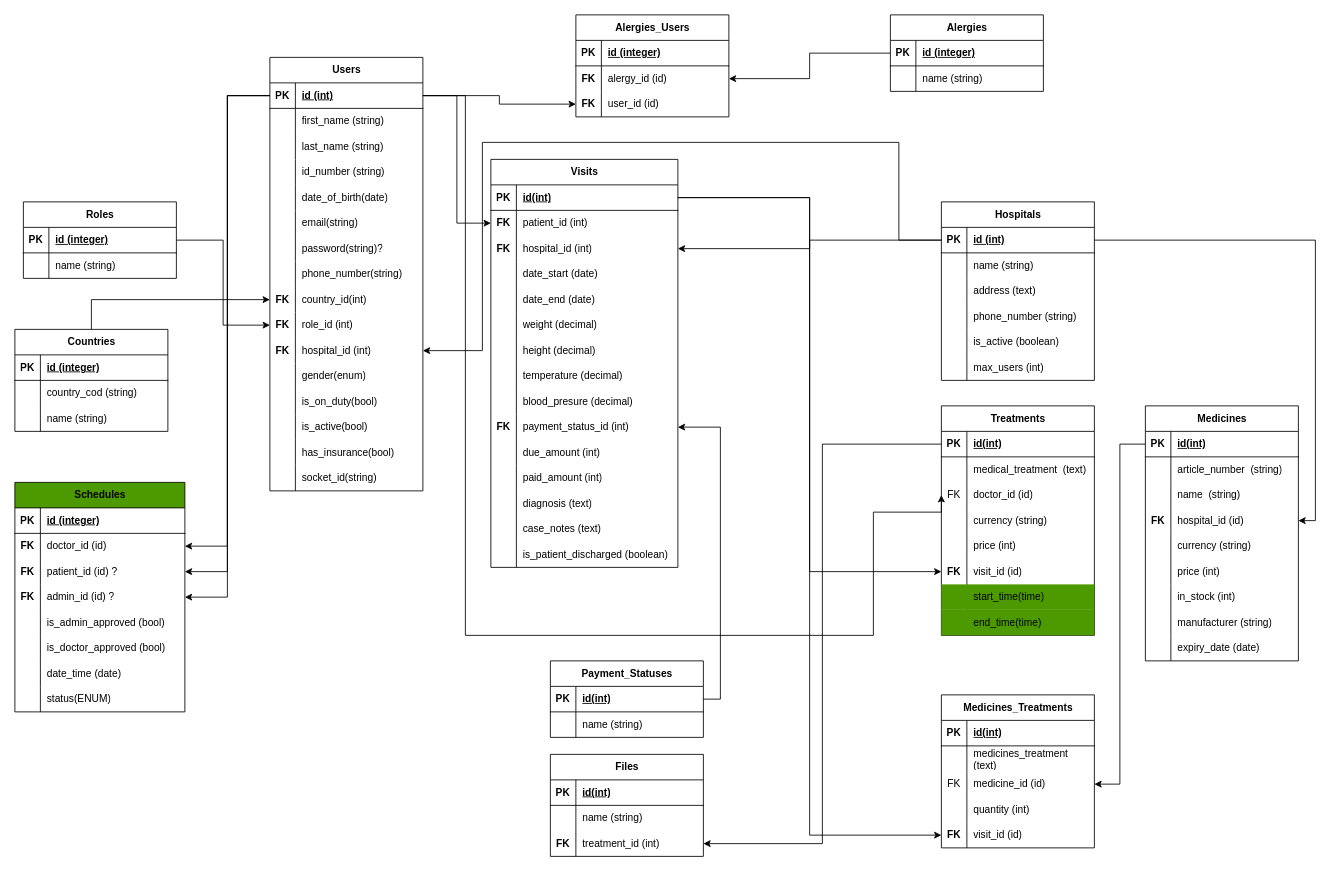
The draw.io diagram Untitled Diagram.drawio in fao30/hospital-management-be, before the edit. Source tidied: cells renumbered, new cells numbered last; positions are measured from the earlier drawing's top-left corner, leaving out a move shared by most shapes. Both pictures are drawn from the tidied source at 85%, with x=0, y=0 at pixel (14, 14).
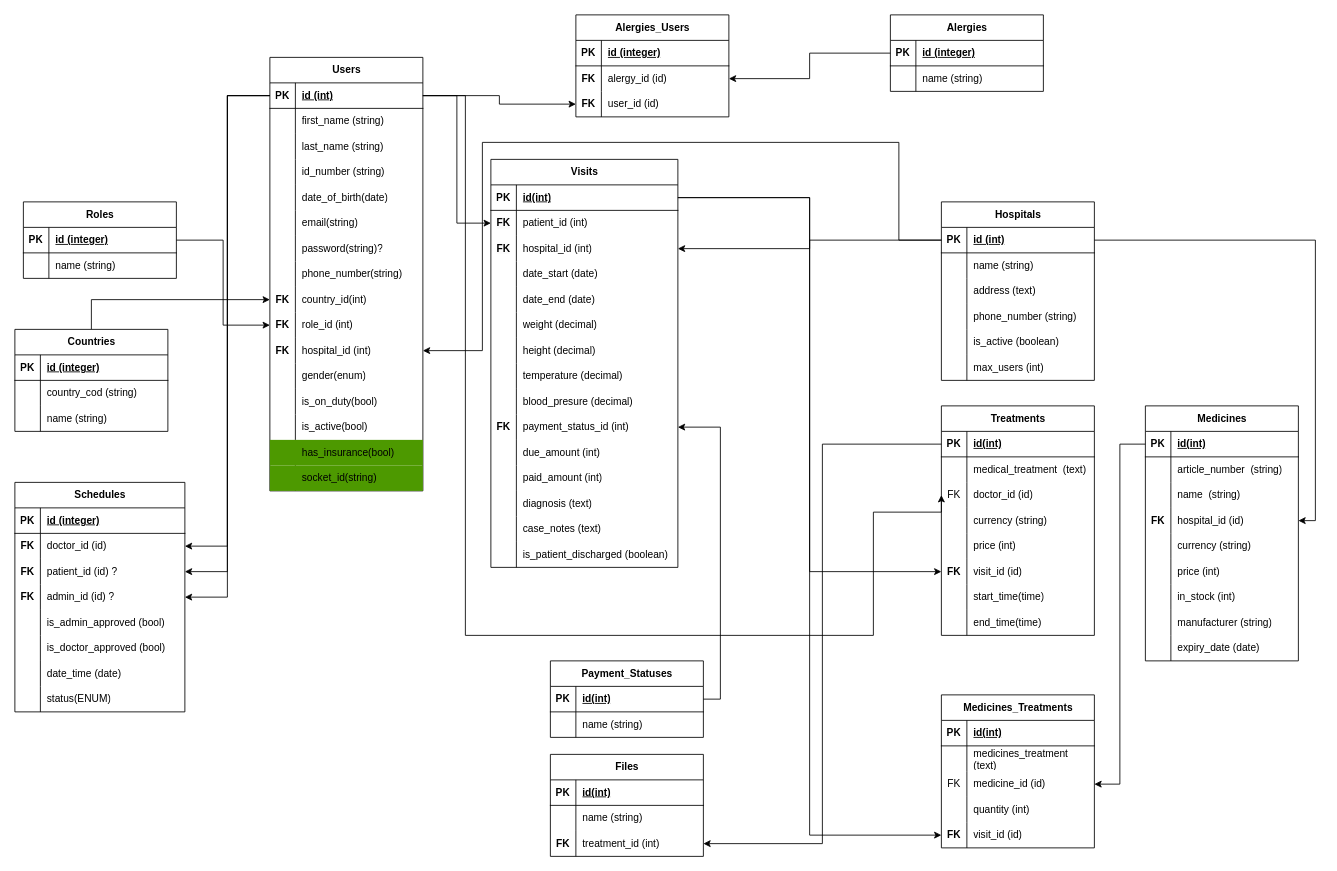
The same page after the edit.

The change refers to these unchanged cells:
```xml
<mxCell id="28" value="Users" style="shape=table;startSize=30;childLayout=tableLayout;rowLines=0;fontStyle=1;align=center;html=1;" parent="1" vertex="1">
  <mxGeometry x="300" y="50" width="180" height="510" as="geometry" />
</mxCell>
<mxCell id="137" value="Treatments" style="shape=table;startSize=30;childLayout=tableLayout;rowLines=0;fontStyle=1;align=center;html=1;" parent="1" vertex="1">
  <mxGeometry x="1090" y="460" width="180" height="270" as="geometry" />
</mxCell>
```

Change to the diagram source:
```diff
@@
-    <mxCell id="71" style="shape=tableRow;horizontal=0;startSize=0;swimlaneHead=0;swimlaneBody=0;fillColor=none;top=0;left=0;right=0;bottom=0;" parent="28" vertex="1">
+    <mxCell id="71" style="shape=tableRow;horizontal=0;startSize=0;swimlaneHead=0;swimlaneBody=0;fillColor=#4D9900;top=0;left=0;right=0;bottom=0;" parent="28" vertex="1">
       <mxGeometry y="450" width="180" height="30" as="geometry" />
     </mxCell>
@@
-    <mxCell id="74" style="shape=tableRow;horizontal=0;startSize=0;swimlaneHead=0;swimlaneBody=0;fillColor=none;top=0;left=0;right=0;bottom=0;" parent="28" vertex="1">
+    <mxCell id="74" style="shape=tableRow;horizontal=0;startSize=0;swimlaneHead=0;swimlaneBody=0;fillColor=#4D9900;top=0;left=0;right=0;bottom=0;" parent="28" vertex="1">
       <mxGeometry y="480" width="180" height="30" as="geometry" />
     </mxCell>
@@
-    <mxCell id="156" style="shape=tableRow;horizontal=0;startSize=0;swimlaneHead=0;swimlaneBody=0;fillColor=#4D9900;top=0;left=0;right=0;bottom=0;" parent="137" vertex="1">
+    <mxCell id="156" style="shape=tableRow;horizontal=0;startSize=0;swimlaneHead=0;swimlaneBody=0;fillColor=none;top=0;left=0;right=0;bottom=0;" parent="137" vertex="1">
       <mxGeometry y="210" width="180" height="30" as="geometry" />
     </mxCell>
@@
-    <mxCell id="159" style="shape=tableRow;horizontal=0;startSize=0;swimlaneHead=0;swimlaneBody=0;fillColor=#4D9900;top=0;left=0;right=0;bottom=0;" parent="137" vertex="1">
+    <mxCell id="159" style="shape=tableRow;horizontal=0;startSize=0;swimlaneHead=0;swimlaneBody=0;fillColor=none;top=0;left=0;right=0;bottom=0;" parent="137" vertex="1">
       <mxGeometry y="240" width="180" height="30" as="geometry" />
     </mxCell>
@@
-    <mxCell id="250" value="Schedules" style="shape=table;startSize=30;childLayout=tableLayout;rowLines=0;fontStyle=1;align=center;html=1;fillColor=#4D9900;" parent="1" vertex="1">
+    <mxCell id="250" value="Schedules" style="shape=table;startSize=30;childLayout=tableLayout;rowLines=0;fontStyle=1;align=center;html=1;fillColor=none;" parent="1" vertex="1">
       <mxGeometry y="550" width="200" height="270" as="geometry" />
     </mxCell>
```
